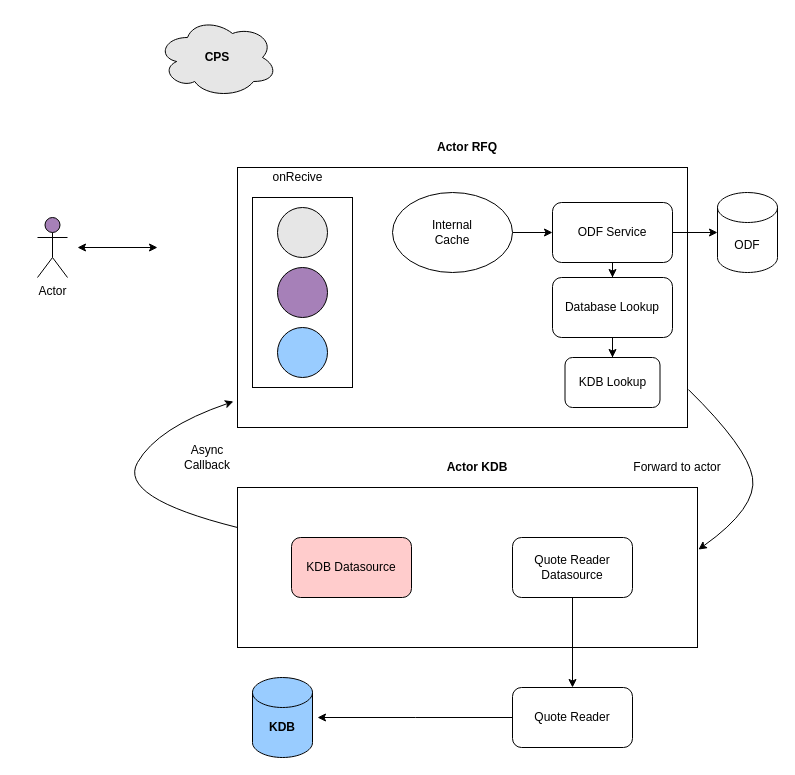
Before: LookupService.drawio in bhargrah/drawio, a draw.io diagram. Source tidied: cells renumbered, new cells numbered last; positions are measured from the earlier drawing's top-left corner, leaving out a move shared by most shapes. Both pictures are drawn from the tidied source at 100%, with x=0, y=0 at pixel (37, 17).
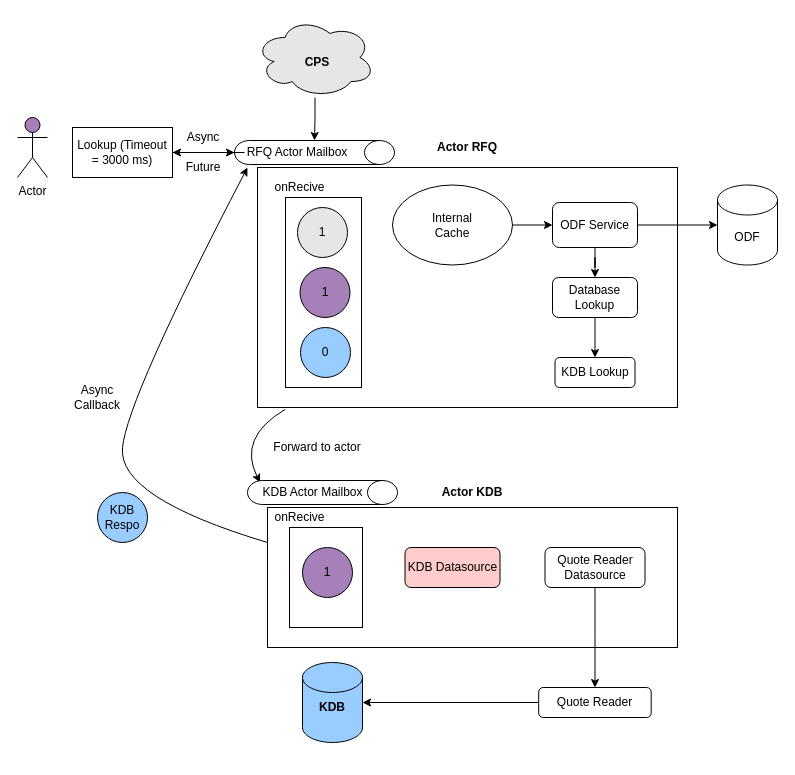
The same page after the edit.

Change to the diagram source:
```diff
@@
     <mxCell id="2" style="rounded=0;whiteSpace=wrap;html=1;" parent="1" vertex="1">
-      <mxGeometry x="200" y="150" width="450" height="260" as="geometry" />
+      <mxGeometry x="220" y="150" width="420" height="240" as="geometry" />
     </mxCell>
     <mxCell id="3" style="rounded=0;whiteSpace=wrap;html=1;" parent="1" vertex="1">
-      <mxGeometry x="200" y="470" width="460" height="160" as="geometry" />
+      <mxGeometry x="230" y="490" width="410" height="140" as="geometry" />
     </mxCell>
     <mxCell id="4" style="rounded=0;whiteSpace=wrap;html=1;" parent="1" vertex="1">
-      <mxGeometry x="215" y="180" width="100" height="190" as="geometry" />
+      <mxGeometry x="248" y="180" width="76" height="190" as="geometry" />
     </mxCell>
-    <mxCell id="5" style="ellipse;whiteSpace=wrap;html=1;fillColor=#A680B8;" parent="1" vertex="1">
-      <mxGeometry x="240" y="250" width="50" height="50" as="geometry" />
+    <mxCell id="5" value="1" style="ellipse;whiteSpace=wrap;html=1;fillColor=#A680B8;" parent="1" vertex="1">
+      <mxGeometry x="262.5" y="250" width="50" height="50" as="geometry" />
     </mxCell>
-    <mxCell id="6" style="ellipse;whiteSpace=wrap;html=1;fillColor=#99CCFF;" parent="1" vertex="1">
-      <mxGeometry x="240" y="310" width="50" height="50" as="geometry" />
+    <mxCell id="6" value="0" style="ellipse;whiteSpace=wrap;html=1;fillColor=#99CCFF;" parent="1" vertex="1">
+      <mxGeometry x="263" y="310" width="50" height="50" as="geometry" />
     </mxCell>
-    <mxCell id="7" style="ellipse;whiteSpace=wrap;html=1;fillColor=#E6E6E6;" parent="1" vertex="1">
-      <mxGeometry x="240" y="190" width="50" height="50" as="geometry" />
+    <mxCell id="7" value="1" style="ellipse;whiteSpace=wrap;html=1;fillColor=#E6E6E6;" parent="1" vertex="1">
+      <mxGeometry x="260" y="190" width="50" height="50" as="geometry" />
     </mxCell>
+    <mxCell id="36" style="edgeStyle=orthogonalEdgeStyle;rounded=0;jettySize=auto;html=1;entryX=0;entryY=0.5;entryDx=0;entryDy=0;entryPerimeter=0;" parent="1" edge="1" source="8" target="38">
+      <mxGeometry relative="1" as="geometry" />
+    </mxCell>
     <mxCell id="8" style="ellipse;shape=cloud;whiteSpace=wrap;html=1;fillColor=#E6E6E6;" parent="1" vertex="1">
-      <mxGeometry x="120" width="120" height="80" as="geometry" />
+      <mxGeometry x="217.5" width="120" height="80" as="geometry" />
     </mxCell>
     <mxCell id="9" value="Actor" style="shape=umlActor;verticalLabelPosition=bottom;verticalAlign=top;html=1;fillColor=#A680B8;" parent="1" vertex="1">
-      <mxGeometry y="200" width="30" height="60" as="geometry" />
+      <mxGeometry x="-20" y="100" width="30" height="60" as="geometry" />
     </mxCell>
@@
     <mxCell id="11" value="onRecive" style="text;html=1;strokeColor=none;fillColor=none;align=center;verticalAlign=middle;whiteSpace=wrap;rounded=0;" parent="1" vertex="1">
-      <mxGeometry x="227.5" y="150" width="65" height="20" as="geometry" />
+      <mxGeometry x="230" y="160" width="65" height="20" as="geometry" />
     </mxCell>
     <mxCell id="12" value="&lt;b&gt;CPS&lt;/b&gt;" style="text;html=1;strokeColor=none;fillColor=none;align=center;verticalAlign=middle;whiteSpace=wrap;rounded=0;" parent="1" vertex="1">
-      <mxGeometry x="160" y="30" width="40" height="20" as="geometry" />
+      <mxGeometry x="260" y="35" width="40" height="20" as="geometry" />
     </mxCell>
     <mxCell id="13" style="shape=cylinder3;whiteSpace=wrap;html=1;boundedLbl=1;backgroundOutline=1;size=15;fillColor=#99CCFF;" parent="1" vertex="1">
-      <mxGeometry x="215" y="660" width="60" height="80" as="geometry" />
+      <mxGeometry x="265" y="645" width="60" height="80" as="geometry" />
     </mxCell>
     <mxCell id="14" value="&lt;b&gt;KDB&lt;/b&gt;" style="text;html=1;strokeColor=none;fillColor=none;align=center;verticalAlign=middle;whiteSpace=wrap;rounded=0;" parent="1" vertex="1">
-      <mxGeometry x="225" y="700" width="40" height="20" as="geometry" />
+      <mxGeometry x="275" y="680" width="40" height="20" as="geometry" />
     </mxCell>
     <mxCell id="15" value="&lt;b&gt;Actor KDB&lt;/b&gt;" style="text;html=1;strokeColor=none;fillColor=none;align=center;verticalAlign=middle;whiteSpace=wrap;rounded=0;" parent="1" vertex="1">
-      <mxGeometry x="405" y="440" width="70" height="20" as="geometry" />
+      <mxGeometry x="400" y="465" width="70" height="20" as="geometry" />
     </mxCell>
@@
     <mxCell id="18" value="ODF Service" style="rounded=1;whiteSpace=wrap;html=1;fillColor=#FFFFFF;" parent="1" vertex="1">
-      <mxGeometry x="515" y="185" width="120" height="60" as="geometry" />
+      <mxGeometry x="515" y="185" width="85" height="45" as="geometry" />
     </mxCell>
-    <mxCell id="19" style="edgeStyle=orthogonalEdgeStyle;rounded=0;jettySize=auto;html=1;" parent="1" edge="1" source="20" target="35">
+    <mxCell id="19" style="edgeStyle=orthogonalEdgeStyle;rounded=0;jettySize=auto;html=1;entryX=0.5;entryY=0;entryDx=0;entryDy=0;" parent="1" edge="1" source="20" target="35">
       <mxGeometry relative="1" as="geometry" />
     </mxCell>
     <mxCell id="20" value="Database Lookup" style="rounded=1;whiteSpace=wrap;html=1;fillColor=#FFFFFF;" parent="1" vertex="1">
-      <mxGeometry x="515" y="260" width="120" height="60" as="geometry" />
+      <mxGeometry x="515" y="260" width="85" height="40" as="geometry" />
     </mxCell>
@@
     <mxCell id="22" style="ellipse;whiteSpace=wrap;html=1;fillColor=#FFFFFF;" parent="1" vertex="1">
-      <mxGeometry x="355" y="175" width="120" height="80" as="geometry" />
+      <mxGeometry x="355" y="167.5" width="120" height="80" as="geometry" />
     </mxCell>
     <mxCell id="23" value="Internal Cache" style="text;html=1;strokeColor=none;fillColor=none;align=center;verticalAlign=middle;whiteSpace=wrap;rounded=0;" parent="1" vertex="1">
-      <mxGeometry x="395" y="205" width="40" height="20" as="geometry" />
+      <mxGeometry x="395" y="197.5" width="40" height="20" as="geometry" />
     </mxCell>
     <mxCell id="24" value="ODF" style="shape=cylinder3;whiteSpace=wrap;html=1;boundedLbl=1;backgroundOutline=1;size=15;fillColor=#FFFFFF;" parent="1" vertex="1">
-      <mxGeometry x="680" y="175" width="60" height="80" as="geometry" />
+      <mxGeometry x="680" y="167.5" width="60" height="80" as="geometry" />
     </mxCell>
-    <mxCell id="25" style="edgeStyle=orthogonalEdgeStyle;rounded=0;jettySize=auto;html=1;" parent="1" edge="1" source="26">
-      <mxGeometry relative="1" as="geometry">
-        <mxPoint x="280" y="700" as="targetPoint" />
-      </mxGeometry>
-    </mxCell>
+    <mxCell id="37" style="edgeStyle=orthogonalEdgeStyle;rounded=0;jettySize=auto;html=1;entryX=1;entryY=0.5;entryDx=0;entryDy=0;entryPerimeter=0;" parent="1" edge="1" source="26" target="13">
+      <mxGeometry relative="1" as="geometry" />
+    </mxCell>
     <mxCell id="26" value="Quote Reader" style="rounded=1;whiteSpace=wrap;html=1;fillColor=#FFFFFF;" parent="1" vertex="1">
-      <mxGeometry x="475" y="670" width="120" height="60" as="geometry" />
+      <mxGeometry x="501.2" y="670" width="112.5" height="30" as="geometry" />
     </mxCell>
@@
     <mxCell id="28" value="Quote Reader Datasource" style="rounded=1;whiteSpace=wrap;html=1;fillColor=#FFFFFF;" parent="1" vertex="1">
-      <mxGeometry x="475" y="520" width="120" height="60" as="geometry" />
+      <mxGeometry x="507.5" y="530" width="100" height="40" as="geometry" />
     </mxCell>
     <mxCell id="29" value="KDB Datasource" style="rounded=1;whiteSpace=wrap;html=1;fillColor=#FFCCCC;" parent="1" vertex="1">
-      <mxGeometry x="254" y="520" width="120" height="60" as="geometry" />
+      <mxGeometry x="367.5" y="530" width="95" height="40" as="geometry" />
     </mxCell>
     <mxCell id="30" value="Forward to actor" style="text;html=1;strokeColor=none;fillColor=none;align=center;verticalAlign=middle;whiteSpace=wrap;rounded=0;" parent="1" vertex="1">
-      <mxGeometry x="590" y="440" width="100" height="20" as="geometry" />
+      <mxGeometry x="230" y="420" width="100" height="20" as="geometry" />
     </mxCell>
-    <mxCell id="31" style="curved=1;endArrow=classic;html=1;exitX=0;exitY=0.25;exitDx=0;exitDy=0;entryX=-0.009;entryY=0.9;entryDx=0;entryDy=0;entryPerimeter=0;" parent="1" edge="1" source="3" target="2">
+    <mxCell id="31" style="curved=1;endArrow=classic;html=1;exitX=0;exitY=0.25;exitDx=0;exitDy=0;" parent="1" edge="1" source="3">
       <mxGeometry relative="1" as="geometry">
+        <mxPoint x="210" y="150" as="targetPoint" />
         <Array as="points">
           <mxPoint x="80" y="480" />
-          <mxPoint x="120" y="410" />
+          <mxPoint x="90" y="380" />
         </Array>
       </mxGeometry>
     </mxCell>
     <mxCell id="32" value="Async Callback" style="text;html=1;strokeColor=none;fillColor=none;align=center;verticalAlign=middle;whiteSpace=wrap;rounded=0;" parent="1" vertex="1">
-      <mxGeometry x="150" y="430" width="40" height="20" as="geometry" />
+      <mxGeometry x="40" y="370" width="40" height="20" as="geometry" />
     </mxCell>
-    <mxCell id="33" style="endArrow=classic;startArrow=classic;html=1;" parent="1" edge="1">
-      <mxGeometry relative="1" as="geometry">
-        <mxPoint x="120" y="230" as="sourcePoint" />
-        <mxPoint x="40" y="230" as="targetPoint" />
-      </mxGeometry>
-    </mxCell>
-    <mxCell id="34" style="curved=1;endArrow=classic;html=1;exitX=1.002;exitY=0.854;exitDx=0;exitDy=0;exitPerimeter=0;entryX=1.002;entryY=0.388;entryDx=0;entryDy=0;entryPerimeter=0;" parent="1" edge="1" source="2" target="3">
+    <mxCell id="34" style="curved=1;endArrow=classic;html=1;exitX=0.066;exitY=1.008;exitDx=0;exitDy=0;exitPerimeter=0;entryX=0;entryY=0;entryDx=0;entryDy=0;" parent="1" edge="1" source="2" target="42">
       <mxGeometry relative="1" as="geometry">
         <Array as="points">
-          <mxPoint x="710" y="430" />
-          <mxPoint x="720" y="490" />
+          <mxPoint x="200" y="420" />
         </Array>
       </mxGeometry>
     </mxCell>
     <mxCell id="35" value="KDB Lookup" style="rounded=1;whiteSpace=wrap;html=1;fillColor=#FFFFFF;" parent="1" vertex="1">
-      <mxGeometry x="527.5" y="340" width="95" height="50" as="geometry" />
+      <mxGeometry x="517.5" y="340" width="80" height="30" as="geometry" />
     </mxCell>
+    <mxCell id="38" style="shape=cylinder3;whiteSpace=wrap;html=1;boundedLbl=1;backgroundOutline=1;size=15;rotation=90;" parent="1" vertex="1">
+      <mxGeometry x="265" y="55" width="24" height="160" as="geometry" />
+    </mxCell>
+    <mxCell id="39" style="shape=cylinder3;whiteSpace=wrap;html=1;boundedLbl=1;backgroundOutline=1;size=15;rotation=90;" parent="1" vertex="1">
+      <mxGeometry x="273" y="400" width="24" height="150" as="geometry" />
+    </mxCell>
+    <mxCell id="40" style="edgeStyle=entityRelationEdgeStyle;rounded=0;jettySize=auto;html=1;entryX=1;entryY=0.5;entryDx=0;entryDy=0;" parent="1" edge="1" source="41" target="48">
+      <mxGeometry relative="1" as="geometry" />
+    </mxCell>
+    <mxCell id="41" value="RFQ Actor Mailbox" style="text;html=1;strokeColor=none;fillColor=none;align=center;verticalAlign=middle;whiteSpace=wrap;rounded=0;" parent="1" vertex="1">
+      <mxGeometry x="207" y="125" width="106" height="20" as="geometry" />
+    </mxCell>
+    <mxCell id="42" value="KDB Actor Mailbox" style="text;html=1;strokeColor=none;fillColor=none;align=center;verticalAlign=middle;whiteSpace=wrap;rounded=0;" parent="1" vertex="1">
+      <mxGeometry x="222.5" y="465" width="105" height="20" as="geometry" />
+    </mxCell>
+    <mxCell id="43" style="rounded=0;whiteSpace=wrap;html=1;" parent="1" vertex="1">
+      <mxGeometry x="252" y="510" width="73" height="100" as="geometry" />
+    </mxCell>
+    <mxCell id="44" value="onRecive" style="text;html=1;strokeColor=none;fillColor=none;align=center;verticalAlign=middle;whiteSpace=wrap;rounded=0;" parent="1" vertex="1">
+      <mxGeometry x="230" y="490" width="65" height="20" as="geometry" />
+    </mxCell>
+    <mxCell id="45" value="1" style="ellipse;whiteSpace=wrap;html=1;fillColor=#A680B8;" parent="1" vertex="1">
+      <mxGeometry x="265" y="530" width="50" height="50" as="geometry" />
+    </mxCell>
+    <mxCell id="46" value="KDB Respo" style="ellipse;whiteSpace=wrap;html=1;fillColor=#99CCFF;" parent="1" vertex="1">
+      <mxGeometry x="60" y="475" width="50" height="50" as="geometry" />
+    </mxCell>
+    <mxCell id="47" style="edgeStyle=entityRelationEdgeStyle;rounded=0;jettySize=auto;html=1;entryX=0.5;entryY=1;entryDx=0;entryDy=0;entryPerimeter=0;" parent="1" edge="1" source="48" target="38">
+      <mxGeometry relative="1" as="geometry" />
+    </mxCell>
+    <mxCell id="48" value="Lookup (Timeout = 3000 ms)" style="rounded=0;whiteSpace=wrap;html=1;" parent="1" vertex="1">
+      <mxGeometry x="35" y="110" width="100" height="50" as="geometry" />
+    </mxCell>
+    <mxCell id="49" value="Async" style="text;html=1;strokeColor=none;fillColor=none;align=center;verticalAlign=middle;whiteSpace=wrap;rounded=0;" parent="1" vertex="1">
+      <mxGeometry x="146" y="110" width="40" height="20" as="geometry" />
+    </mxCell>
+    <mxCell id="50" value="Future" style="text;html=1;strokeColor=none;fillColor=none;align=center;verticalAlign=middle;whiteSpace=wrap;rounded=0;" parent="1" vertex="1">
+      <mxGeometry x="146" y="140" width="40" height="20" as="geometry" />
+    </mxCell>
```
